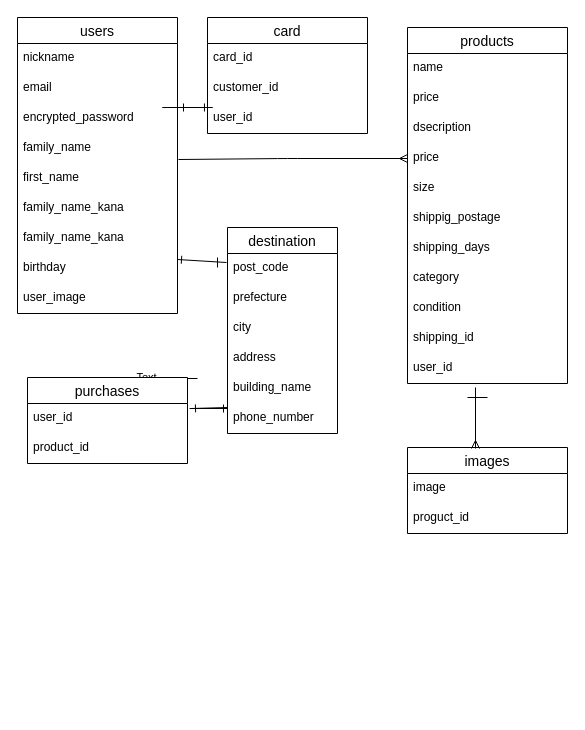
Earlier version of the draw.io diagram furima.dio (reicooooo/furima-37713). Source tidied: cells renumbered, new cells numbered last; positions are measured from the earlier drawing's top-left corner, leaving out a move shared by most shapes. Both pictures are drawn from the tidied source at 100%, with x=0, y=0 at pixel (17, 17).
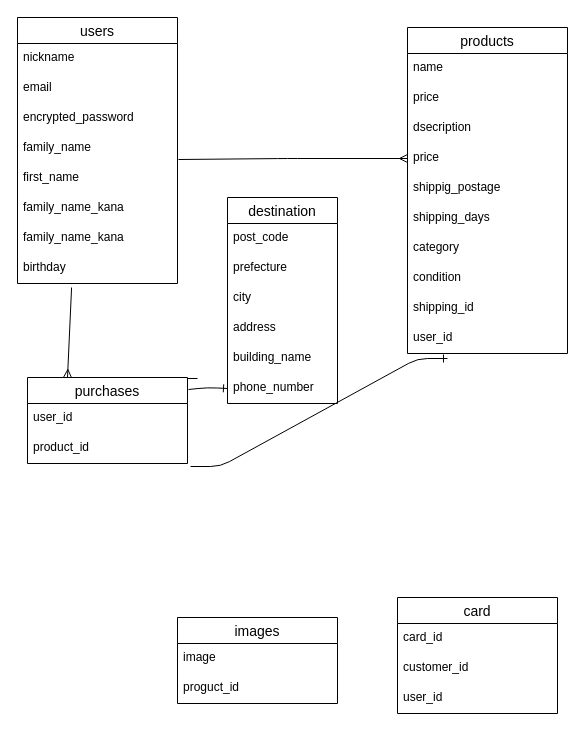
The same diagram, later.

The change refers to these unchanged cells:
```xml
<mxCell id="23" value="birthday" style="text;strokeColor=none;fillColor=none;spacingLeft=4;spacingRight=4;overflow=hidden;points=[[0,0.5],[1,0.5]];portConstraint=eastwest;fontSize=12;" parent="14" vertex="1">
  <mxGeometry y="236" width="160" height="30" as="geometry" />
</mxCell>
<mxCell id="27" value="post_code" style="text;strokeColor=none;fillColor=none;spacingLeft=4;spacingRight=4;overflow=hidden;points=[[0,0.5],[1,0.5]];portConstraint=eastwest;fontSize=12;" parent="26" vertex="1">
  <mxGeometry y="26" width="110" height="30" as="geometry" />
</mxCell>
<mxCell id="32" value="phone_number" style="text;strokeColor=none;fillColor=none;spacingLeft=4;spacingRight=4;overflow=hidden;points=[[0,0.5],[1,0.5]];portConstraint=eastwest;fontSize=12;" parent="26" vertex="1">
  <mxGeometry y="176" width="110" height="30" as="geometry" />
</mxCell>
<mxCell id="44" value="user_id" style="text;strokeColor=none;fillColor=none;spacingLeft=4;spacingRight=4;overflow=hidden;points=[[0,0.5],[1,0.5]];portConstraint=eastwest;fontSize=12;" parent="41" vertex="1">
  <mxGeometry y="86" width="160" height="30" as="geometry" />
</mxCell>
<mxCell id="47" value="purchases" style="swimlane;fontStyle=0;horizontal=1;startSize=26;align=center;fontSize=14;" parent="1" vertex="1">
  <mxGeometry x="10" y="360" width="160" height="86" as="geometry" />
</mxCell>
<mxCell id="48" value="user_id" style="text;strokeColor=none;fillColor=none;spacingLeft=4;spacingRight=4;overflow=hidden;points=[[0,0.5],[1,0.5]];portConstraint=eastwest;fontSize=12;" parent="47" vertex="1">
  <mxGeometry y="26" width="160" height="30" as="geometry" />
</mxCell>
<mxCell id="49" value="product_id" style="text;strokeColor=none;fillColor=none;spacingLeft=4;spacingRight=4;overflow=hidden;points=[[0,0.5],[1,0.5]];portConstraint=eastwest;fontSize=12;" parent="47" vertex="1">
  <mxGeometry y="56" width="160" height="30" as="geometry" />
</mxCell>
```

Diff of the diagram source:
```diff
@@
     <mxCell id="2" value="products" style="swimlane;fontStyle=0;horizontal=1;startSize=26;align=center;fontSize=14;" parent="1" vertex="1">
-      <mxGeometry x="390" y="10" width="160" height="356" as="geometry" />
+      <mxGeometry x="390" y="10" width="160" height="326" as="geometry" />
     </mxCell>
@@
-    <mxCell id="7" value="size" style="text;strokeColor=none;fillColor=none;spacingLeft=4;spacingRight=4;overflow=hidden;fontSize=12;" parent="2" vertex="1">
-      <mxGeometry y="146" width="160" height="30" as="geometry" />
-    </mxCell>
     <mxCell id="8" value="shippig_postage" style="text;strokeColor=none;fillColor=none;spacingLeft=4;spacingRight=4;overflow=hidden;fontSize=12;" parent="2" vertex="1">
-      <mxGeometry y="176" width="160" height="30" as="geometry" />
+      <mxGeometry y="146" width="160" height="30" as="geometry" />
     </mxCell>
     <mxCell id="9" value="shipping_days" style="text;strokeColor=none;fillColor=none;spacingLeft=4;spacingRight=4;overflow=hidden;fontSize=12;" parent="2" vertex="1">
-      <mxGeometry y="206" width="160" height="30" as="geometry" />
+      <mxGeometry y="176" width="160" height="30" as="geometry" />
     </mxCell>
     <mxCell id="10" value="category" style="text;strokeColor=none;fillColor=none;spacingLeft=4;spacingRight=4;overflow=hidden;fontSize=12;" parent="2" vertex="1">
-      <mxGeometry y="236" width="160" height="30" as="geometry" />
+      <mxGeometry y="206" width="160" height="30" as="geometry" />
     </mxCell>
     <mxCell id="11" value="condition" style="text;strokeColor=none;fillColor=none;spacingLeft=4;spacingRight=4;overflow=hidden;fontSize=12;" parent="2" vertex="1">
-      <mxGeometry y="266" width="160" height="30" as="geometry" />
+      <mxGeometry y="236" width="160" height="30" as="geometry" />
     </mxCell>
     <mxCell id="12" value="shipping_id" style="text;strokeColor=none;fillColor=none;spacingLeft=4;spacingRight=4;overflow=hidden;fontSize=12;" parent="2" vertex="1">
-      <mxGeometry y="296" width="160" height="30" as="geometry" />
+      <mxGeometry y="266" width="160" height="30" as="geometry" />
     </mxCell>
     <mxCell id="13" value="user_id" style="text;strokeColor=none;fillColor=none;spacingLeft=4;spacingRight=4;overflow=hidden;fontSize=12;" parent="2" vertex="1">
-      <mxGeometry y="326" width="160" height="30" as="geometry" />
+      <mxGeometry y="296" width="160" height="30" as="geometry" />
     </mxCell>
     <mxCell id="14" value="users" style="swimlane;fontStyle=0;horizontal=1;startSize=26;align=center;fontSize=14;" parent="1" vertex="1">
-      <mxGeometry width="160" height="296" as="geometry" />
+      <mxGeometry width="160" height="266" as="geometry" />
     </mxCell>
@@
-    <mxCell id="17" style="edgeStyle=entityRelationEdgeStyle;fontSize=12;html=1;endArrow=ERone;endFill=1;" parent="14" edge="1">
-      <mxGeometry relative="1" as="geometry">
-        <mxPoint x="170" y="90" as="sourcePoint" />
-        <mxPoint x="170" y="90" as="targetPoint" />
-      </mxGeometry>
-    </mxCell>
@@
-    <mxCell id="24" value="user_image" style="text;strokeColor=none;fillColor=none;spacingLeft=4;spacingRight=4;overflow=hidden;fontSize=12;" parent="14" vertex="1">
-      <mxGeometry y="266" width="160" height="30" as="geometry" />
-    </mxCell>
@@
     <mxCell id="26" value="destination" style="swimlane;fontStyle=0;horizontal=1;startSize=26;align=center;fontSize=14;" parent="1" vertex="1">
-      <mxGeometry x="210" y="210" width="110" height="206" as="geometry" />
+      <mxGeometry x="210" y="180" width="110" height="206" as="geometry" />
     </mxCell>
@@
-    <mxCell id="33" style="fontSize=12;html=1;endArrow=ERone;endFill=1;entryX=1;entryY=0.2;entryDx=0;entryDy=0;entryPerimeter=0;exitX=-0.009;exitY=0.3;exitDx=0;exitDy=0;exitPerimeter=0;" parent="1" edge="1" source="27" target="23">
-      <mxGeometry relative="1" as="geometry" />
-    </mxCell>
-    <mxCell id="34" value="Text" style="edgeLabel;html=1;align=center;verticalAlign=middle;" parent="33" vertex="1">
-      <mxGeometry x="-0.38" y="1" relative="1" as="geometry">
-        <mxPoint x="-65" y="114" as="offset" />
-      </mxGeometry>
-    </mxCell>
-    <mxCell id="35" style="endArrow=none;html=1;" parent="1" edge="1">
-      <mxGeometry relative="1" as="geometry">
-        <mxPoint x="200" y="240" as="sourcePoint" />
-        <mxPoint x="200" y="250" as="targetPoint" />
-        <Array as="points">
-          <mxPoint x="200" y="240" />
-        </Array>
-      </mxGeometry>
-    </mxCell>
     <mxCell id="36" value="images" style="swimlane;fontStyle=0;horizontal=1;startSize=26;align=center;fontSize=14;" parent="1" vertex="1">
-      <mxGeometry x="390" y="430" width="160" height="86" as="geometry" />
+      <mxGeometry x="160" y="600" width="160" height="86" as="geometry" />
     </mxCell>
@@
-    <mxCell id="39" style="fontSize=12;html=1;endArrow=ERmany;entryX=0.425;entryY=0.012;entryDx=0;entryDy=0;entryPerimeter=0;" parent="1" edge="1" target="36">
-      <mxGeometry relative="1" as="geometry">
-        <mxPoint x="458" y="370" as="sourcePoint" />
-      </mxGeometry>
-    </mxCell>
-    <mxCell id="40" style="endArrow=none;html=1;" parent="1" edge="1">
-      <mxGeometry relative="1" as="geometry">
-        <mxPoint x="470" y="380" as="sourcePoint" />
-        <mxPoint x="450" y="380" as="targetPoint" />
-      </mxGeometry>
-    </mxCell>
     <mxCell id="41" value="card" style="swimlane;fontStyle=0;horizontal=1;startSize=26;align=center;fontSize=14;" parent="1" vertex="1">
-      <mxGeometry x="190" width="160" height="116" as="geometry" />
+      <mxGeometry x="380" y="580" width="160" height="116" as="geometry" />
     </mxCell>
@@
-    <mxCell id="45" style="fontSize=12;html=1;endArrow=ERone;endFill=1;entryX=0.006;entryY=0.133;entryDx=0;entryDy=0;entryPerimeter=0;" parent="1" edge="1" target="44">
-      <mxGeometry relative="1" as="geometry">
-        <mxPoint x="160" y="90" as="sourcePoint" />
-        <Array as="points">
-          <mxPoint x="180" y="90" />
-        </Array>
-      </mxGeometry>
-    </mxCell>
@@
-    <mxCell id="50" style="fontSize=12;html=1;endArrow=ERone;endFill=1;exitX=1.013;exitY=0.167;exitDx=0;exitDy=0;exitPerimeter=0;" parent="1" edge="1" source="48">
+    <mxCell id="50" style="fontSize=12;html=1;endArrow=ERone;endFill=1;exitX=1.006;exitY=0.14;exitDx=0;exitDy=0;exitPerimeter=0;entryX=0;entryY=0.5;entryDx=0;entryDy=0;" parent="1" edge="1" source="47" target="32">
       <mxGeometry relative="1" as="geometry">
-        <mxPoint x="210" y="391" as="targetPoint" />
+        <Array as="points">
+          <mxPoint x="190" y="370" />
+        </Array>
       </mxGeometry>
     </mxCell>
@@
-    <mxCell id="52" style="fontSize=12;html=1;endArrow=ERone;endFill=1;entryX=1.025;entryY=0.167;entryDx=0;entryDy=0;entryPerimeter=0;" parent="1" edge="1" target="48">
-      <mxGeometry relative="1" as="geometry">
-        <mxPoint x="210" y="390" as="sourcePoint" />
-      </mxGeometry>
-    </mxCell>
+    <mxCell id="53" style="fontSize=12;html=1;endArrow=ERmany;entryX=0.25;entryY=0;entryDx=0;entryDy=0;exitX=0.338;exitY=1.133;exitDx=0;exitDy=0;exitPerimeter=0;" parent="1" edge="1" source="23" target="47">
+      <mxGeometry relative="1" as="geometry" />
+    </mxCell>
+    <mxCell id="54" style="edgeStyle=entityRelationEdgeStyle;fontSize=12;html=1;endArrow=ERone;endFill=1;exitX=1.019;exitY=1.1;exitDx=0;exitDy=0;exitPerimeter=0;" parent="1" edge="1" source="49">
+      <mxGeometry relative="1" as="geometry">
+        <mxPoint x="430" y="341" as="targetPoint" />
+      </mxGeometry>
+    </mxCell>
```
